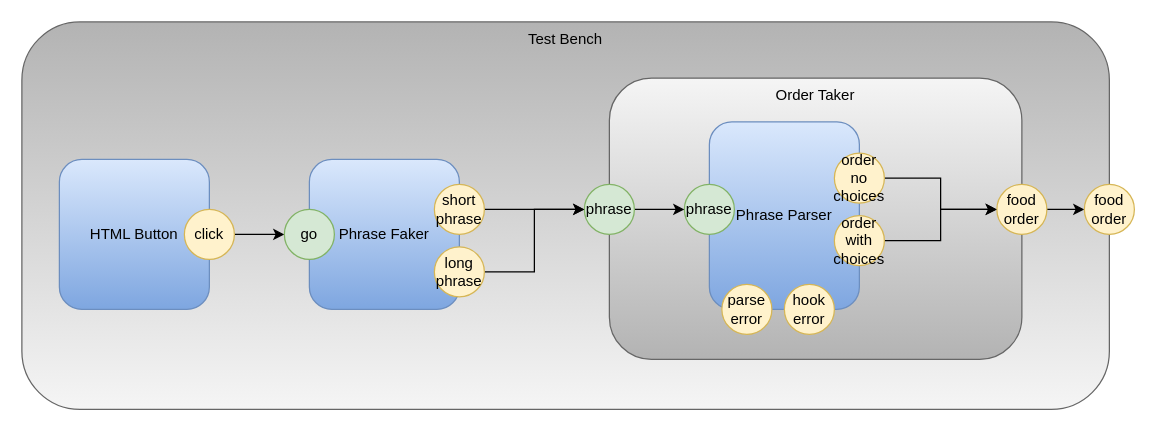
Above: testbench.drawio in guitarvydas/das2json (draw.io), before the change. Source tidied: cells renumbered, new cells numbered last; positions are measured from the earlier drawing's top-left corner, leaving out a move shared by most shapes. Both pictures are drawn from the tidied source at 125%, with x=0, y=0 at pixel (21, 21).
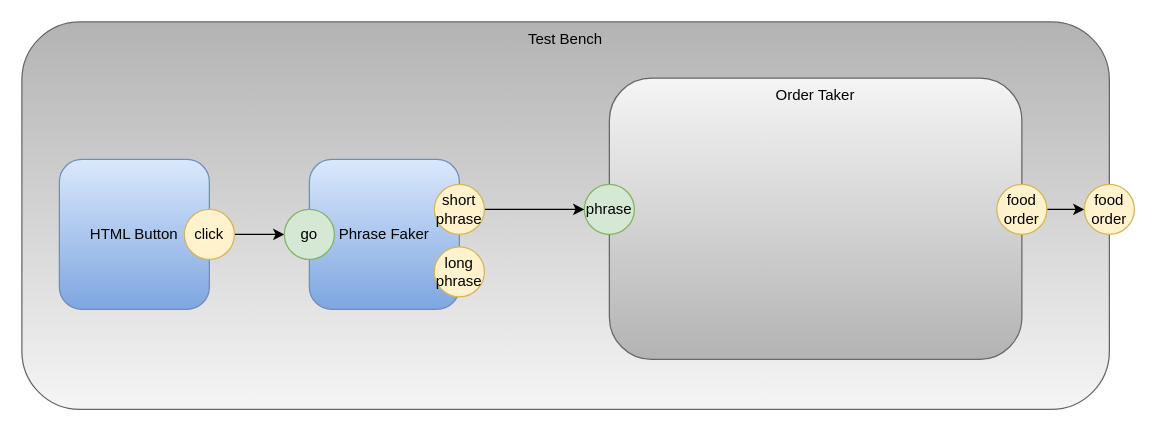
Above is the later version.

The change refers to these unchanged cells:
```xml
<mxCell id="8" value="food order" style="ellipse;whiteSpace=wrap;html=1;fillColor=#fff2cc;strokeColor=#d6b656;" parent="1" vertex="1">
  <mxGeometry x="780" y="130" width="40" height="40" as="geometry" />
</mxCell>
<mxCell id="11" value="phrase" style="ellipse;whiteSpace=wrap;html=1;fillColor=#d5e8d4;strokeColor=#82b366;" parent="1" vertex="1">
  <mxGeometry x="450" y="130" width="40" height="40" as="geometry" />
</mxCell>
<mxCell id="21" value="long phrase" style="ellipse;whiteSpace=wrap;html=1;fillColor=#fff2cc;strokeColor=#d6b656;" parent="1" vertex="1">
  <mxGeometry x="330" y="180" width="40" height="40" as="geometry" />
</mxCell>
```

The edit, as a diff of the source:
```diff
@@
-    <mxCell id="4" value="Phrase Parser" style="rounded=1;whiteSpace=wrap;html=1;fillColor=#dae8fc;strokeColor=#6c8ebf;gradientColor=#7ea6e0;" parent="1" vertex="1">
-      <mxGeometry x="550" y="80" width="120" height="150" as="geometry" />
-    </mxCell>
-    <mxCell id="5" style="edgeStyle=orthogonalEdgeStyle;rounded=0;jettySize=auto;html=1;exitX=1;exitY=0.5;exitDx=0;exitDy=0;" parent="1" edge="1" source="6" target="8">
-      <mxGeometry relative="1" as="geometry" />
-    </mxCell>
-    <mxCell id="6" value="order no choices" style="ellipse;whiteSpace=wrap;html=1;fillColor=#fff2cc;strokeColor=#d6b656;" parent="1" vertex="1">
-      <mxGeometry x="650" y="105" width="40" height="40" as="geometry" />
-    </mxCell>
@@
-    <mxCell id="9" value="phrase" style="ellipse;whiteSpace=wrap;html=1;fillColor=#d5e8d4;strokeColor=#82b366;" parent="1" vertex="1">
-      <mxGeometry x="530" y="130" width="40" height="40" as="geometry" />
-    </mxCell>
-    <mxCell id="10" style="edgeStyle=orthogonalEdgeStyle;rounded=0;jettySize=auto;html=1;exitX=1;exitY=0.5;exitDx=0;exitDy=0;entryX=0;entryY=0.5;entryDx=0;entryDy=0;" parent="1" edge="1" source="11" target="9">
-      <mxGeometry relative="1" as="geometry" />
-    </mxCell>
@@
-    <mxCell id="12" style="edgeStyle=orthogonalEdgeStyle;rounded=0;jettySize=auto;html=1;exitX=1;exitY=0.5;exitDx=0;exitDy=0;entryX=0;entryY=0.5;entryDx=0;entryDy=0;" parent="1" edge="1" source="13" target="8">
-      <mxGeometry relative="1" as="geometry" />
-    </mxCell>
-    <mxCell id="13" value="order with choices" style="ellipse;whiteSpace=wrap;html=1;fillColor=#fff2cc;strokeColor=#d6b656;" parent="1" vertex="1">
-      <mxGeometry x="650" y="155" width="40" height="40" as="geometry" />
-    </mxCell>
@@
-    <mxCell id="20" style="edgeStyle=orthogonalEdgeStyle;rounded=0;jettySize=auto;html=1;exitX=1;exitY=0.5;exitDx=0;exitDy=0;entryX=0;entryY=0.5;entryDx=0;entryDy=0;" parent="1" edge="1" source="21" target="11">
-      <mxGeometry relative="1" as="geometry" />
-    </mxCell>
@@
-    <mxCell id="24" value="parse error" style="ellipse;whiteSpace=wrap;html=1;fillColor=#fff2cc;strokeColor=#d6b656;" parent="1" vertex="1">
-      <mxGeometry x="560" y="210" width="40" height="40" as="geometry" />
-    </mxCell>
-    <mxCell id="25" value="hook error" style="ellipse;whiteSpace=wrap;html=1;fillColor=#fff2cc;strokeColor=#d6b656;" parent="1" vertex="1">
-      <mxGeometry x="610" y="210" width="40" height="40" as="geometry" />
-    </mxCell>
```
